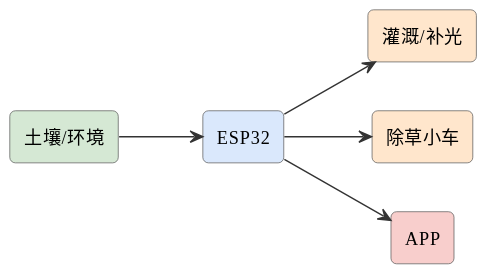
mingyi0818/IntelligentMcuCourse keeps this PlantUML diagram as assets/diagrams/ideas-fig115.svg. Above is the earlier version.
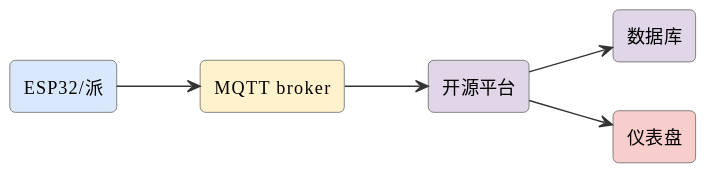
Later version of the same file.

Diff of the diagram source:
```diff
@@ -6,13 +6,13 @@
 skinparam arrowFontSize 11
 skinparam arrowColor #333
 left to right direction
-rectangle "土壤/环境" as s #d5e8d4
-rectangle "ESP32" as esp #dae8fc
-rectangle "灌溉/补光" as irr #ffe6cc
-rectangle "除草小车" as cart #ffe6cc
-rectangle "APP" as app #f8cecc
-s --> esp
-esp --> irr
-esp --> cart
-esp --> app
+rectangle "ESP32/派" as node #dae8fc
+rectangle "MQTT broker" as mqtt #fff2cc
+rectangle "开源平台" as plat #e1d5e8
+rectangle "数据库" as db #e1d5e8
+rectangle "仪表盘" as web #f8cecc
+node --> mqtt
+mqtt --> plat
+plat --> db
+plat --> web
 @enduml
```
